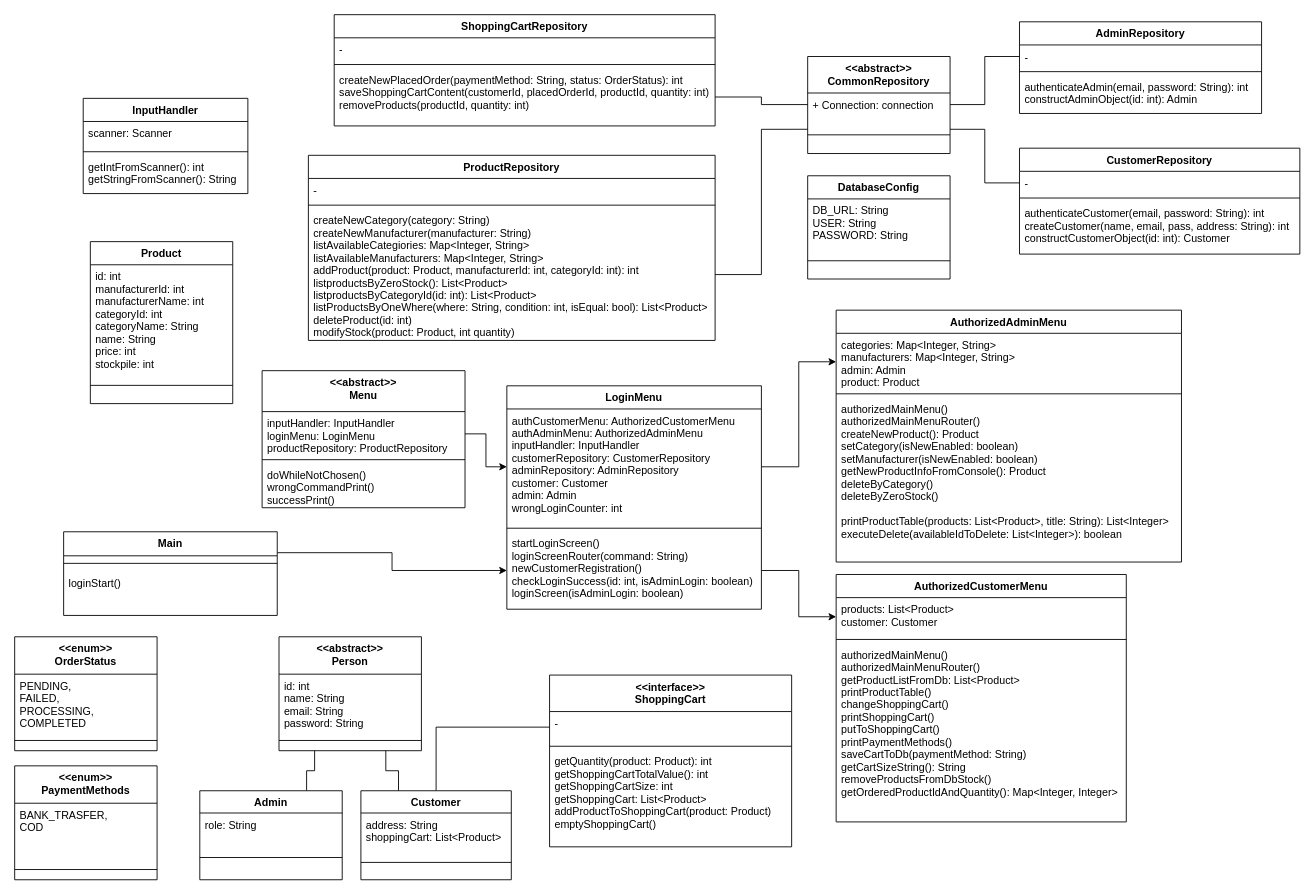
ati911/proba keeps this draw.io diagram as Untitled Diagram.drawio. Above is the earlier version. Source tidied: cells renumbered, new cells numbered last; positions are measured from the earlier drawing's top-left corner, leaving out a move shared by most shapes. Both pictures are drawn from the tidied source at 89%, with x=0, y=0 at pixel (14, 14).
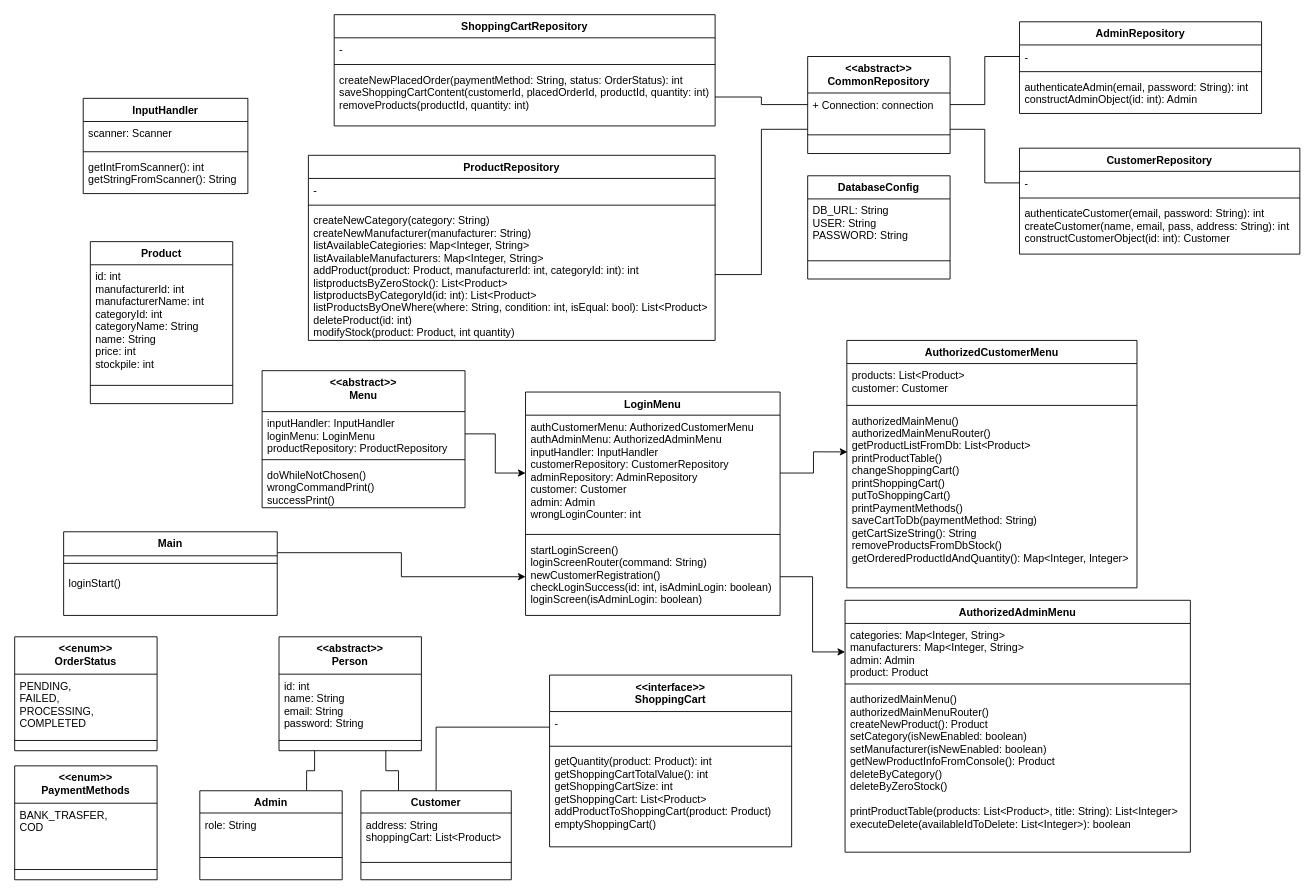
The same diagram, later.

Unchanged cells that the change refers to:
```xml
<mxCell id="49" value="authCustomerMenu: AuthorizedCustomerMenu&#10;authAdminMenu: AuthorizedAdminMenu&#10;inputHandler: InputHandler&#10;customerRepository: CustomerRepository&#10;adminRepository: AdminRepository&#10;customer: Customer&#10;admin: Admin&#10;wrongLoginCounter: int" style="text;strokeColor=none;fillColor=none;align=left;verticalAlign=top;spacingLeft=4;spacingRight=4;overflow=hidden;points=[[0,0.5],[1,0.5]];portConstraint=eastwest;" parent="48" vertex="1">
  <mxGeometry y="26" width="286" height="130" as="geometry" />
</mxCell>
<mxCell id="51" value="startLoginScreen()&#10;loginScreenRouter(command: String)&#10;newCustomerRegistration()&#10;checkLoginSuccess(id: int, isAdminLogin: boolean)&#10;loginScreen(isAdminLogin: boolean)&#10;" style="text;strokeColor=none;fillColor=none;align=left;verticalAlign=top;spacingLeft=4;spacingRight=4;overflow=hidden;points=[[0,0.5],[1,0.5]];portConstraint=eastwest;" parent="48" vertex="1">
  <mxGeometry y="164" width="286" height="87" as="geometry" />
</mxCell>
<mxCell id="57" value="products: List&lt;Product&gt;&#10;customer: Customer" style="text;strokeColor=none;fillColor=none;align=left;verticalAlign=top;spacingLeft=4;spacingRight=4;overflow=hidden;points=[[0,0.5],[1,0.5]];portConstraint=eastwest;" parent="56" vertex="1">
  <mxGeometry y="26" width="326" height="43" as="geometry" />
</mxCell>
<mxCell id="59" value="authorizedMainMenu()&#10;authorizedMainMenuRouter()&#10;getProductListFromDb: List&lt;Product&gt;&#10;printProductTable()&#10;changeShoppingCart()&#10;printShoppingCart()&#10;putToShoppingCart()&#10;printPaymentMethods()&#10;saveCartToDb(paymentMethod: String)&#10;getCartSizeString(): String&#10;removeProductsFromDbStock()&#10;getOrderedProductIdAndQuantity(): Map&lt;Integer, Integer&gt;" style="text;strokeColor=none;fillColor=none;align=left;verticalAlign=top;spacingLeft=4;spacingRight=4;overflow=hidden;points=[[0,0.5],[1,0.5]];portConstraint=eastwest;" parent="56" vertex="1">
  <mxGeometry y="77" width="326" height="201" as="geometry" />
</mxCell>
<mxCell id="61" value="categories: Map&lt;Integer, String&gt;&#10;manufacturers: Map&lt;Integer, String&gt;&#10;admin: Admin&#10;product: Product" style="text;strokeColor=none;fillColor=none;align=left;verticalAlign=top;spacingLeft=4;spacingRight=4;overflow=hidden;points=[[0,0.5],[1,0.5]];portConstraint=eastwest;" parent="60" vertex="1">
  <mxGeometry y="26" width="388" height="64" as="geometry" />
</mxCell>
```

What changed in the source:
```diff
@@
     <mxCell id="48" value="LoginMenu" style="swimlane;fontStyle=1;align=center;verticalAlign=top;horizontal=1;startSize=26;" parent="1" vertex="1">
-      <mxGeometry x="553" y="417" width="286" height="251" as="geometry" />
+      <mxGeometry x="574" y="424" width="286" height="251" as="geometry" />
     </mxCell>
@@
     <mxCell id="56" value="AuthorizedCustomerMenu" style="swimlane;fontStyle=1;align=center;verticalAlign=top;horizontal=1;startSize=26;" parent="1" vertex="1">
-      <mxGeometry x="923" y="629" width="326" height="278" as="geometry" />
+      <mxGeometry x="935" y="366" width="326" height="278" as="geometry" />
     </mxCell>
@@
     <mxCell id="60" value="AuthorizedAdminMenu" style="swimlane;fontStyle=1;align=center;verticalAlign=top;horizontal=1;startSize=26;" parent="1" vertex="1">
-      <mxGeometry x="923" y="332" width="388" height="283" as="geometry" />
+      <mxGeometry x="933" y="658" width="388" height="283" as="geometry" />
     </mxCell>
@@
-    <mxCell id="67" style="edgeStyle=orthogonalEdgeStyle;rounded=0;jettySize=auto;html=1;exitX=1;exitY=0.5;exitDx=0;exitDy=0;entryX=0;entryY=0.5;entryDx=0;entryDy=0;" parent="1" edge="1" source="49" target="61">
-      <mxGeometry relative="1" as="geometry" />
-    </mxCell>
-    <mxCell id="68" style="edgeStyle=orthogonalEdgeStyle;rounded=0;jettySize=auto;html=1;exitX=1;exitY=0.5;exitDx=0;exitDy=0;entryX=0;entryY=0.5;entryDx=0;entryDy=0;" parent="1" edge="1" source="51" target="57">
-      <mxGeometry relative="1" as="geometry" />
-    </mxCell>
@@
+    <mxCell id="80" style="edgeStyle=orthogonalEdgeStyle;rounded=0;jettySize=auto;html=1;exitX=1;exitY=0.5;exitDx=0;exitDy=0;entryX=0.002;entryY=0.24;entryDx=0;entryDy=0;entryPerimeter=0;" parent="1" edge="1" source="49" target="59">
+      <mxGeometry relative="1" as="geometry" />
+    </mxCell>
+    <mxCell id="81" style="edgeStyle=orthogonalEdgeStyle;rounded=0;jettySize=auto;html=1;exitX=1;exitY=0.5;exitDx=0;exitDy=0;entryX=0;entryY=0.5;entryDx=0;entryDy=0;" parent="1" edge="1" source="51" target="61">
+      <mxGeometry relative="1" as="geometry" />
+    </mxCell>
```
